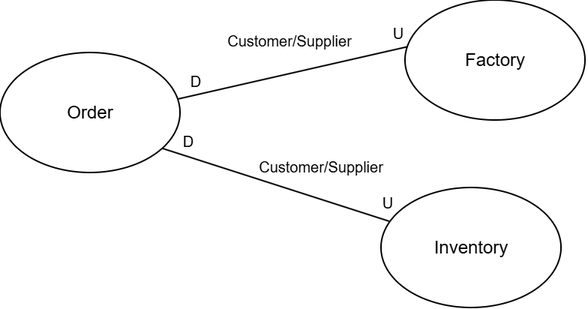
Before: doc/assignments/contextmap.png, a diagram exported from draw.io (ielpo/edpo-project-group1). Source tidied: cells renumbered, new cells last; positions are measured from the earlier drawing's top-left corner, leaving out a move shared by most shapes. The source it was exported from:
```xml
<mxGraphModel>
  <root>
    <mxCell id="0" />
    <mxCell id="1" parent="0" />
    <mxCell id="2" style="rounded=0;jettySize=auto;html=1;exitX=0.902;exitY=0.799;exitDx=0;exitDy=0;exitPerimeter=0;endArrow=none;endFill=0;fontColor=#000000;strokeColor=default;" parent="1" edge="1" source="5" target="6">
      <mxGeometry relative="1" as="geometry" />
    </mxCell>
    <mxCell id="3" value="D" style="edgeLabel;html=1;align=center;verticalAlign=middle;fontColor=#000000;fontSize=10;" parent="2" vertex="1">
      <mxGeometry x="-0.34" y="1" relative="1" as="geometry">
        <mxPoint x="-34" y="-20" as="offset" />
      </mxGeometry>
    </mxCell>
    <mxCell id="4" value="U" style="edgeLabel;html=1;align=center;verticalAlign=middle;fontColor=#000000;fontSize=10;" parent="2" vertex="1">
      <mxGeometry x="0.65" y="1" relative="1" as="geometry">
        <mxPoint x="24" y="-3" as="offset" />
      </mxGeometry>
    </mxCell>
    <mxCell id="5" value="Order" style="ellipse;whiteSpace=wrap;html=1;fontColor=#000000;strokeColor=default;" parent="1" vertex="1">
      <mxGeometry y="35" width="120" height="80" as="geometry" />
    </mxCell>
    <mxCell id="6" value="Inventory" style="ellipse;whiteSpace=wrap;html=1;fontColor=#000000;strokeColor=#000000;" parent="1" vertex="1">
      <mxGeometry x="254" y="125" width="120" height="80" as="geometry" />
    </mxCell>
    <mxCell id="7" value="Factory" style="ellipse;whiteSpace=wrap;html=1;" parent="1" vertex="1">
      <mxGeometry x="270" width="120" height="80" as="geometry" />
    </mxCell>
    <mxCell id="8" value="Customer/Supplier" style="text;html=1;whiteSpace=wrap;strokeColor=none;fillColor=none;align=center;verticalAlign=middle;rounded=0;fontColor=default;fontSize=10;" parent="1" vertex="1">
      <mxGeometry x="184" y="96" width="60" height="30" as="geometry" />
    </mxCell>
    <mxCell id="9" style="rounded=0;jettySize=auto;html=1;exitX=0.99;exitY=0.387;exitDx=0;exitDy=0;endArrow=none;endFill=0;exitPerimeter=0;entryX=0.015;entryY=0.389;entryDx=0;entryDy=0;entryPerimeter=0;" parent="1" edge="1" source="5" target="7">
      <mxGeometry relative="1" as="geometry" />
    </mxCell>
    <mxCell id="10" value="D" style="edgeLabel;html=1;align=center;verticalAlign=middle;fontSize=10;" parent="9" vertex="1">
      <mxGeometry x="-0.74" y="-1" relative="1" as="geometry">
        <mxPoint x="-9" y="-9" as="offset" />
      </mxGeometry>
    </mxCell>
    <mxCell id="11" value="U" style="edgeLabel;html=1;align=center;verticalAlign=middle;fontSize=10;" parent="9" vertex="1">
      <mxGeometry x="0.62" y="1" relative="1" as="geometry">
        <mxPoint x="23" y="-15" as="offset" />
      </mxGeometry>
    </mxCell>
    <mxCell id="12" value="Customer/Supplier" style="text;html=1;whiteSpace=wrap;strokeColor=none;fillColor=none;align=center;verticalAlign=middle;rounded=0;fontColor=default;fontSize=10;" parent="1" vertex="1">
      <mxGeometry x="163" y="12" width="60" height="30" as="geometry" />
    </mxCell>
  </root>
</mxGraphModel>
```
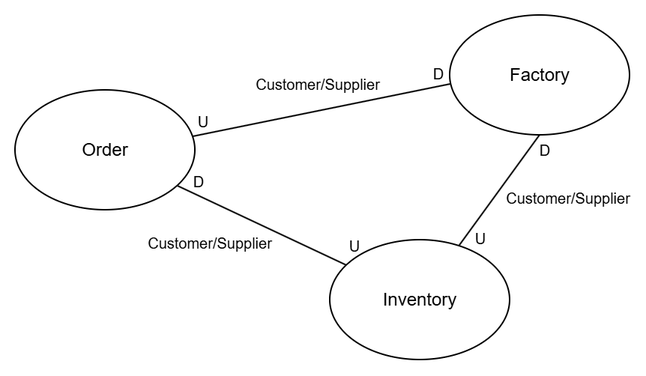
Later version of the same file.

Diff of the diagram source:
```diff
@@ -7,7 +7,7 @@
     </mxCell>
     <mxCell id="3" value="D" style="edgeLabel;html=1;align=center;verticalAlign=middle;fontColor=#000000;fontSize=10;" parent="2" vertex="1">
       <mxGeometry x="-0.34" y="1" relative="1" as="geometry">
-        <mxPoint x="-34" y="-20" as="offset" />
+        <mxPoint x="-24" y="-20" as="offset" />
       </mxGeometry>
     </mxCell>
     <mxCell id="4" value="U" style="edgeLabel;html=1;align=center;verticalAlign=middle;fontColor=#000000;fontSize=10;" parent="2" vertex="1">
@@ -19,29 +19,45 @@
       <mxGeometry y="35" width="120" height="80" as="geometry" />
     </mxCell>
     <mxCell id="6" value="Inventory" style="ellipse;whiteSpace=wrap;html=1;fontColor=#000000;strokeColor=#000000;" parent="1" vertex="1">
-      <mxGeometry x="254" y="125" width="120" height="80" as="geometry" />
+      <mxGeometry x="210" y="135" width="120" height="80" as="geometry" />
     </mxCell>
     <mxCell id="7" value="Factory" style="ellipse;whiteSpace=wrap;html=1;" parent="1" vertex="1">
-      <mxGeometry x="270" width="120" height="80" as="geometry" />
+      <mxGeometry x="290" y="-15" width="120" height="80" as="geometry" />
     </mxCell>
     <mxCell id="8" value="Customer/Supplier" style="text;html=1;whiteSpace=wrap;strokeColor=none;fillColor=none;align=center;verticalAlign=middle;rounded=0;fontColor=default;fontSize=10;" parent="1" vertex="1">
-      <mxGeometry x="184" y="96" width="60" height="30" as="geometry" />
+      <mxGeometry x="100" y="122" width="60" height="30" as="geometry" />
     </mxCell>
-    <mxCell id="9" style="rounded=0;jettySize=auto;html=1;exitX=0.99;exitY=0.387;exitDx=0;exitDy=0;endArrow=none;endFill=0;exitPerimeter=0;entryX=0.015;entryY=0.389;entryDx=0;entryDy=0;entryPerimeter=0;" parent="1" edge="1" source="5" target="7">
+    <mxCell id="9" style="rounded=0;jettySize=auto;html=1;exitX=0.99;exitY=0.387;exitDx=0;exitDy=0;endArrow=none;endFill=0;exitPerimeter=0;entryX=0.007;entryY=0.574;entryDx=0;entryDy=0;entryPerimeter=0;" parent="1" edge="1" source="5" target="7">
       <mxGeometry relative="1" as="geometry" />
     </mxCell>
     <mxCell id="10" value="D" style="edgeLabel;html=1;align=center;verticalAlign=middle;fontSize=10;" parent="9" vertex="1">
       <mxGeometry x="-0.74" y="-1" relative="1" as="geometry">
-        <mxPoint x="-9" y="-9" as="offset" />
+        <mxPoint x="141" y="-39" as="offset" />
       </mxGeometry>
     </mxCell>
     <mxCell id="11" value="U" style="edgeLabel;html=1;align=center;verticalAlign=middle;fontSize=10;" parent="9" vertex="1">
       <mxGeometry x="0.62" y="1" relative="1" as="geometry">
-        <mxPoint x="23" y="-15" as="offset" />
+        <mxPoint x="-133" y="19" as="offset" />
       </mxGeometry>
     </mxCell>
     <mxCell id="12" value="Customer/Supplier" style="text;html=1;whiteSpace=wrap;strokeColor=none;fillColor=none;align=center;verticalAlign=middle;rounded=0;fontColor=default;fontSize=10;" parent="1" vertex="1">
-      <mxGeometry x="163" y="12" width="60" height="30" as="geometry" />
+      <mxGeometry x="172" y="16" width="60" height="30" as="geometry" />
     </mxCell>
+    <mxCell id="13" style="rounded=0;jettySize=auto;html=1;exitX=0.5;exitY=1;exitDx=0;exitDy=0;endArrow=none;endFill=0;fontColor=#000000;strokeColor=default;" parent="1" edge="1" source="7" target="6">
+      <mxGeometry relative="1" as="geometry" />
+    </mxCell>
+    <mxCell id="14" value="D" style="edgeLabel;html=1;align=center;verticalAlign=middle;fontColor=#000000;fontSize=10;" parent="13" vertex="1">
+      <mxGeometry x="-0.34" y="1" relative="1" as="geometry">
+        <mxPoint x="20" y="-15" as="offset" />
+      </mxGeometry>
+    </mxCell>
+    <mxCell id="15" value="U" style="edgeLabel;html=1;align=center;verticalAlign=middle;fontColor=#000000;fontSize=10;" parent="13" vertex="1">
+      <mxGeometry x="0.65" y="1" relative="1" as="geometry">
+        <mxPoint x="3" y="7" as="offset" />
+      </mxGeometry>
+    </mxCell>
+    <mxCell id="16" value="Customer/Supplier" style="text;html=1;whiteSpace=wrap;strokeColor=none;fillColor=none;align=center;verticalAlign=middle;rounded=0;fontColor=default;fontSize=10;" parent="1" vertex="1">
+      <mxGeometry x="339" y="92" width="60" height="30" as="geometry" />
+    </mxCell>
   </root>
 </mxGraphModel>
```
